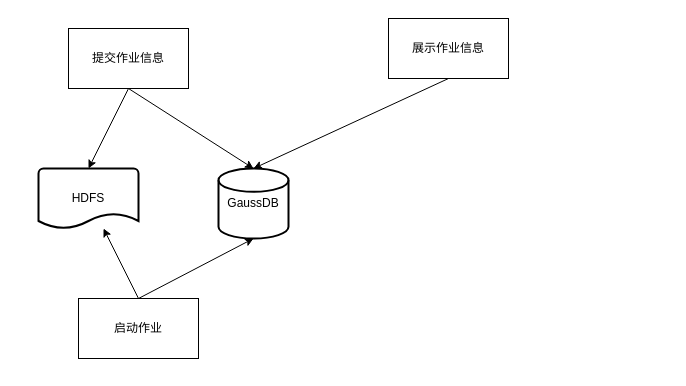
The draw.io diagram DetailDesign.drawio in Janxun/graph, before the edit. Source tidied: cells renumbered, new cells numbered last; positions are measured from the earlier drawing's top-left corner, leaving out a move shared by most shapes. Both pictures are drawn from the tidied source at 100%, with x=0, y=0 at pixel (38, 18).
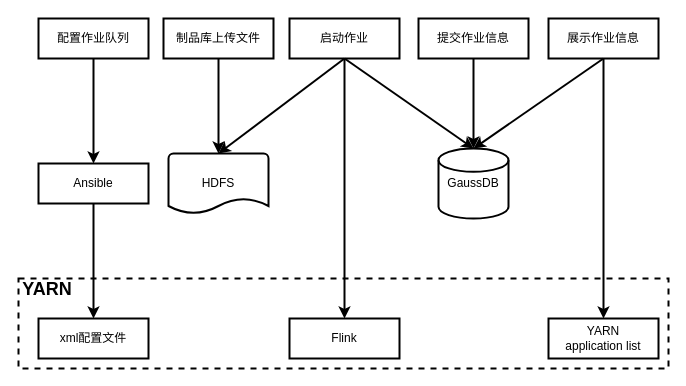
Above is the later version.

Change to the diagram source:
```diff
@@
-    <mxCell id="2" value="提交作业信息" style="rounded=0;whiteSpace=wrap;html=1;" parent="1" vertex="1">
-      <mxGeometry x="30" y="10" width="120" height="60" as="geometry" />
+    <mxCell id="2" value="提交作业信息" style="rounded=0;whiteSpace=wrap;html=1;strokeWidth=2;" parent="1" vertex="1">
+      <mxGeometry x="380" width="110" height="40" as="geometry" />
     </mxCell>
     <mxCell id="3" value="&lt;span&gt;GaussDB&lt;/span&gt;" style="strokeWidth=2;html=1;shape=mxgraph.flowchart.database;whiteSpace=wrap;" parent="1" vertex="1">
-      <mxGeometry x="180" y="150" width="70" height="70" as="geometry" />
+      <mxGeometry x="400" y="130" width="70" height="70" as="geometry" />
     </mxCell>
     <mxCell id="4" value="&lt;span&gt;HDFS&lt;/span&gt;" style="strokeWidth=2;html=1;shape=mxgraph.flowchart.document2;whiteSpace=wrap;size=0.25;" parent="1" vertex="1">
-      <mxGeometry y="150" width="100" height="60" as="geometry" />
+      <mxGeometry x="130" y="135" width="100" height="60" as="geometry" />
     </mxCell>
-    <mxCell id="5" style="endArrow=classic;html=1;rounded=0;exitX=0.5;exitY=1;exitDx=0;exitDy=0;entryX=0.5;entryY=0;entryDx=0;entryDy=0;entryPerimeter=0;" parent="1" edge="1" source="2" target="3">
+    <mxCell id="5" style="endArrow=classic;html=1;rounded=0;exitX=0.5;exitY=1;exitDx=0;exitDy=0;entryX=0.5;entryY=0;entryDx=0;entryDy=0;entryPerimeter=0;strokeWidth=2;" parent="1" edge="1" source="2" target="3">
       <mxGeometry relative="1" as="geometry" />
     </mxCell>
-    <mxCell id="6" style="endArrow=classic;html=1;rounded=0;exitX=0.5;exitY=1;exitDx=0;exitDy=0;entryX=0.5;entryY=0;entryDx=0;entryDy=0;entryPerimeter=0;" parent="1" edge="1" source="2" target="4">
-      <mxGeometry relative="1" as="geometry" />
-    </mxCell>
-    <mxCell id="7" value="展示作业信息" style="rounded=0;whiteSpace=wrap;html=1;" parent="1" vertex="1">
-      <mxGeometry x="350" width="120" height="60" as="geometry" />
+    <mxCell id="7" value="展示作业信息" style="rounded=0;whiteSpace=wrap;html=1;strokeWidth=2;" parent="1" vertex="1">
+      <mxGeometry x="510" width="110" height="40" as="geometry" />
     </mxCell>
+    <mxCell id="9" value="启动作业" style="rounded=0;whiteSpace=wrap;html=1;strokeWidth=2;" parent="1" vertex="1">
+      <mxGeometry x="251" width="110" height="40" as="geometry" />
+    </mxCell>
+    <mxCell id="12" style="rounded=0;whiteSpace=wrap;html=1;dashed=1;strokeWidth=2;align=left;" parent="1" vertex="1">
+      <mxGeometry x="-20" y="260" width="650" height="90" as="geometry" />
+    </mxCell>
+    <mxCell id="13" value="制品库上传文件" style="rounded=0;whiteSpace=wrap;html=1;strokeWidth=2;" parent="1" vertex="1">
+      <mxGeometry x="125" width="110" height="40" as="geometry" />
+    </mxCell>
+    <mxCell id="14" style="endArrow=classic;html=1;rounded=0;strokeWidth=2;exitX=0.5;exitY=1;exitDx=0;exitDy=0;entryX=0.5;entryY=0;entryDx=0;entryDy=0;entryPerimeter=0;" parent="1" edge="1" source="13" target="4">
+      <mxGeometry relative="1" as="geometry" />
+    </mxCell>
+    <mxCell id="15" style="endArrow=classic;html=1;rounded=0;exitX=0.5;exitY=1;exitDx=0;exitDy=0;strokeWidth=2;entryX=0.5;entryY=0;entryDx=0;entryDy=0;" parent="1" edge="1" source="7" target="24">
+      <mxGeometry relative="1" as="geometry" />
+    </mxCell>
+    <mxCell id="16" value="配置作业队列" style="rounded=0;whiteSpace=wrap;html=1;strokeWidth=2;" parent="1" vertex="1">
+      <mxGeometry width="110" height="40" as="geometry" />
+    </mxCell>
-    <mxCell id="8" style="endArrow=classic;html=1;rounded=0;exitX=0.5;exitY=1;exitDx=0;exitDy=0;entryX=0.5;entryY=0;entryDx=0;entryDy=0;entryPerimeter=0;" parent="1" edge="1" source="7" target="3">
+    <mxCell id="8" style="endArrow=classic;html=1;rounded=0;strokeWidth=2;exitX=0.5;exitY=1;exitDx=0;exitDy=0;entryX=0.5;entryY=0;entryDx=0;entryDy=0;entryPerimeter=0;" parent="1" edge="1" source="7" target="3">
       <mxGeometry relative="1" as="geometry" />
     </mxCell>
-    <mxCell id="9" value="启动作业" style="rounded=0;whiteSpace=wrap;html=1;" parent="1" vertex="1">
-      <mxGeometry x="40" y="280" width="120" height="60" as="geometry" />
-    </mxCell>
+    <mxCell id="17" style="endArrow=classic;html=1;rounded=0;strokeWidth=2;exitX=0.5;exitY=1;exitDx=0;exitDy=0;entryX=0.5;entryY=0;entryDx=0;entryDy=0;" parent="1" edge="1" source="16" target="18">
+      <mxGeometry relative="1" as="geometry" />
+    </mxCell>
+    <mxCell id="18" value="Ansible" style="rounded=0;whiteSpace=wrap;html=1;strokeWidth=2;" parent="1" vertex="1">
+      <mxGeometry y="145" width="110" height="40" as="geometry" />
+    </mxCell>
+    <mxCell id="19" style="endArrow=classic;html=1;rounded=0;strokeWidth=2;exitX=0.5;exitY=1;exitDx=0;exitDy=0;" parent="1" edge="1" source="18" target="21">
+      <mxGeometry relative="1" as="geometry" />
+    </mxCell>
+    <mxCell id="11" style="endArrow=classic;html=1;rounded=0;strokeWidth=2;exitX=0.5;exitY=1;exitDx=0;exitDy=0;entryX=0.5;entryY=0;entryDx=0;entryDy=0;entryPerimeter=0;" parent="1" edge="1" source="9" target="4">
+      <mxGeometry relative="1" as="geometry" />
+    </mxCell>
-    <mxCell id="10" style="endArrow=classic;html=1;rounded=0;entryX=0.5;entryY=1;entryDx=0;entryDy=0;entryPerimeter=0;exitX=0.5;exitY=0;exitDx=0;exitDy=0;" parent="1" edge="1" source="9" target="3">
+    <mxCell id="10" style="endArrow=classic;html=1;rounded=0;strokeWidth=2;exitX=0.5;exitY=1;exitDx=0;exitDy=0;entryX=0.5;entryY=0;entryDx=0;entryDy=0;entryPerimeter=0;" parent="1" edge="1" source="9" target="3">
       <mxGeometry relative="1" as="geometry" />
     </mxCell>
-    <mxCell id="11" style="endArrow=classic;html=1;rounded=0;exitX=0.5;exitY=0;exitDx=0;exitDy=0;" parent="1" edge="1" source="9" target="4">
-      <mxGeometry relative="1" as="geometry" />
-    </mxCell>
+    <mxCell id="20" style="endArrow=classic;html=1;rounded=0;strokeWidth=2;entryX=0.5;entryY=0;entryDx=0;entryDy=0;exitX=0.5;exitY=1;exitDx=0;exitDy=0;" parent="1" edge="1" source="9" target="22">
+      <mxGeometry relative="1" as="geometry" />
+    </mxCell>
+    <mxCell id="21" value="xml配置文件" style="rounded=0;whiteSpace=wrap;html=1;strokeWidth=2;" parent="1" vertex="1">
+      <mxGeometry y="300" width="110" height="40" as="geometry" />
+    </mxCell>
+    <mxCell id="22" value="Flink" style="rounded=0;whiteSpace=wrap;html=1;strokeWidth=2;" parent="1" vertex="1">
+      <mxGeometry x="251" y="300" width="110" height="40" as="geometry" />
+    </mxCell>
+    <mxCell id="23" value="&lt;font style=&quot;font-size: 18px&quot;&gt;&lt;b&gt;YARN&lt;/b&gt;&lt;/font&gt;" style="text;html=1;strokeColor=none;fillColor=none;align=center;verticalAlign=middle;whiteSpace=wrap;rounded=0;" parent="1" vertex="1">
+      <mxGeometry x="-21" y="256" width="60" height="30" as="geometry" />
+    </mxCell>
+    <mxCell id="24" value="YARN&lt;br&gt;application list" style="rounded=0;whiteSpace=wrap;html=1;strokeWidth=2;" parent="1" vertex="1">
+      <mxGeometry x="510" y="300" width="110" height="40" as="geometry" />
+    </mxCell>
```
